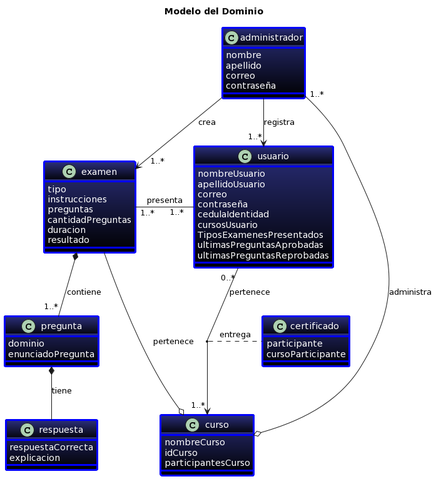
Before: docs/scenariosView/diagramaClasesDominio/Diagrama de clases.png, a diagram exported from PlantUML (febres35/EdTech_IS). The source it was exported from:
```plantuml
@startuml
title "Modelo del Dominio"

skinparam Class{
  BackgroundColor 2B2F7B-black
  AttributeFontColor white
  BorderThickness 3
  BorderColor blue
}
class administrador{
  nombre
  apellido
  correo
  contraseña
}
class usuario{
  nombreUsuario
  apellidoUsuario
  correo
  contraseña
  cedulaIdentidad
  cursosUsuario
  TiposExamenesPresentados
  ultimasPreguntasAprobadas
  ultimasPreguntasReprobadas
}
class curso{
  nombreCurso
  idCurso
  participantesCurso
}
class examen{
  tipo
  instrucciones
  preguntas
  cantidadPreguntas
  duracion
  resultado
}
class pregunta{
  dominio
  enunciadoPregunta
}
class respuesta{
  respuestaCorrecta
  explicacion
}
class certificado{
  participante
  cursoParticipante
}

administrador -down-> "    1..*"examen: crea
administrador -> "     1..*"usuario: registra
administrador "1..*"-right-o curso: administra

usuario "0..*"-->"    1..*"curso: pertenece
usuario "1..*  "-left- "1..* "examen: presenta
(usuario, curso) .. certificado: entrega

examen *-down- "1..*"pregunta: contiene
pregunta *-- respuesta: tiene

curso o-- examen: pertenece
@enduml
```
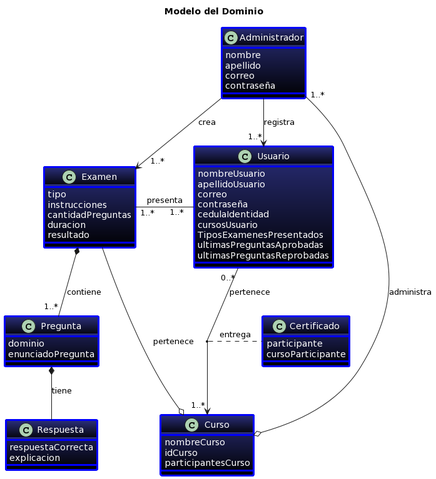
Above is the later version.

Commit message:
subida nuevo png del modelo del dominio

Change to the diagram source:
```diff
@@ -7,13 +7,13 @@
   BorderThickness 3
   BorderColor blue
 }
-class administrador{
+class Administrador{
   nombre
   apellido
   correo
   contraseña
 }
-class usuario{
+class Usuario{
   nombreUsuario
   apellidoUsuario
   correo
@@ -24,42 +24,41 @@
   ultimasPreguntasAprobadas
   ultimasPreguntasReprobadas
 }
-class curso{
+class Curso{
   nombreCurso
   idCurso
   participantesCurso
 }
-class examen{
+class Examen{
   tipo
   instrucciones
-  preguntas
   cantidadPreguntas
   duracion
   resultado
 }
-class pregunta{
+class Pregunta{
   dominio
   enunciadoPregunta
 }
-class respuesta{
+class Respuesta{
   respuestaCorrecta
   explicacion
 }
-class certificado{
+class Certificado{
   participante
   cursoParticipante
 }
 
-administrador -down-> "    1..*"examen: crea
-administrador -> "     1..*"usuario: registra
-administrador "1..*"-right-o curso: administra
+Administrador -down-> "    1..*"Examen: crea
+Administrador -> "     1..*"Usuario: registra
+Administrador "1..*"-right-o Curso: administra
 
-usuario "0..*"-->"    1..*"curso: pertenece
-usuario "1..*  "-left- "1..* "examen: presenta
-(usuario, curso) .. certificado: entrega
+Usuario "0..*"-->"    1..*"Curso: pertenece
+Usuario "1..*  "-left- "1..* "Examen: presenta
+(Usuario, Curso) .. Certificado: entrega
 
-examen *-down- "1..*"pregunta: contiene
-pregunta *-- respuesta: tiene
+Examen *-down- "1..*"Pregunta: contiene
+Pregunta *-- Respuesta: tiene
 
-curso o-- examen: pertenece
+Curso o-- Examen: pertenece
 @enduml
```
